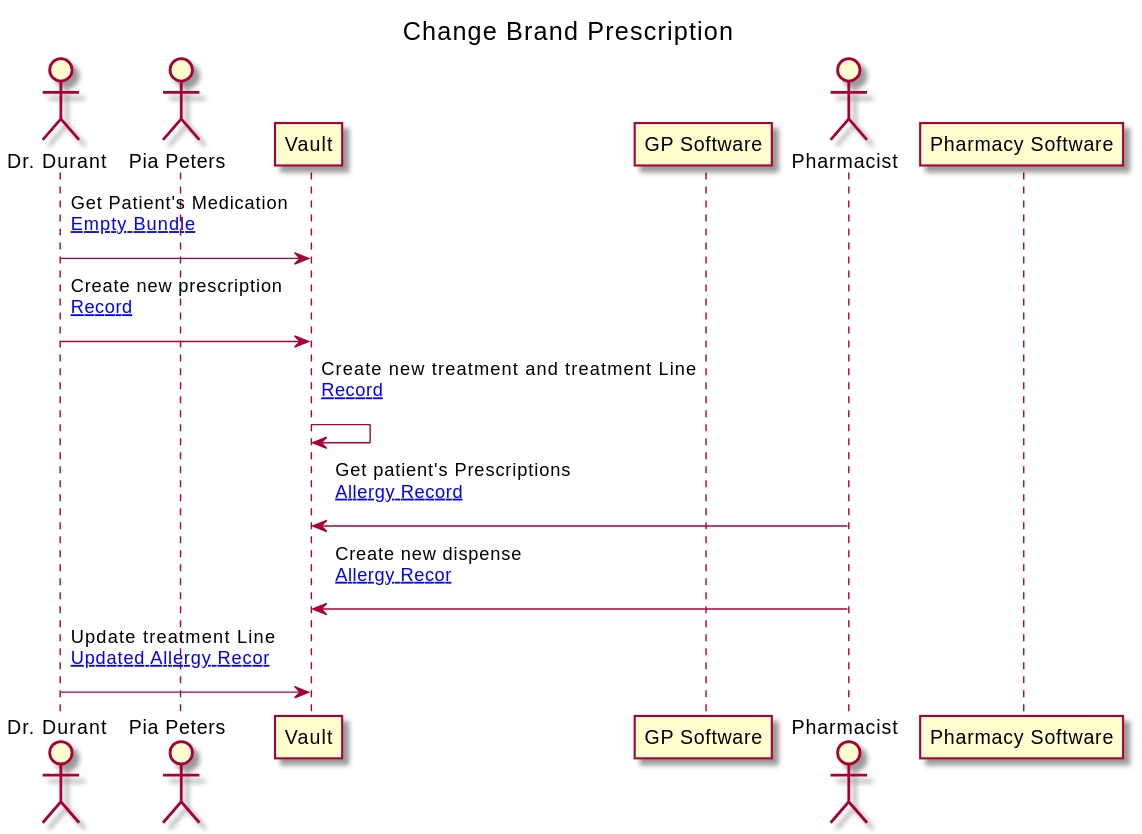
Earlier version of the PlantUML export branches/master/ExampleScenario-example-1-scenario.svg (costateixeira/hl7-be-fhir-medication).
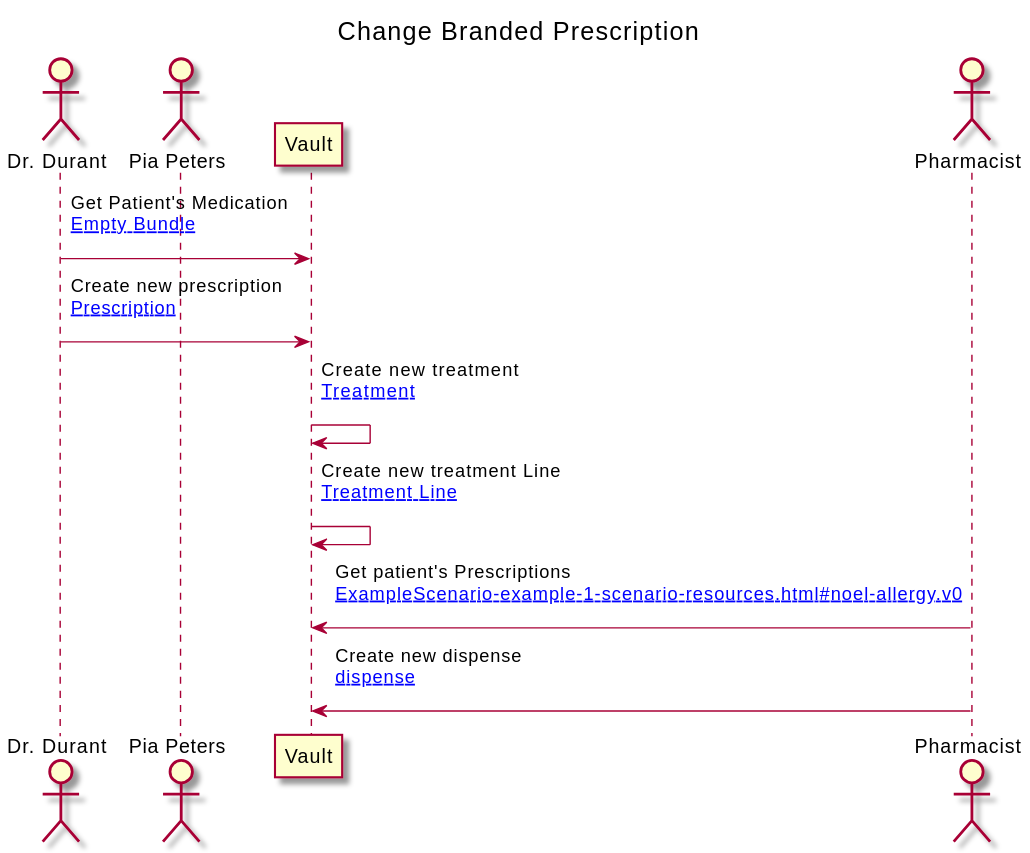
Later version of the same file.

Change to the diagram source:
```diff
@@ -1,25 +1,23 @@
 @startuml
 
 
-Title Change Brand Prescription
+Title Change Branded Prescription
 
 actor "Dr. Durant" as GP
 actor "Pia Peters" as PATIENT
 participant "Vault" as VAULT
-participant "GP Software" as GPSOFT
 actor "Pharmacist" as PHARM
-participant "Pharmacy Software" as PHARMSOFT
 
 
 
 
 
     GP-> VAULT : Get Patient's Medication\n[[ExampleScenario-example-1-scenario-resources.html#EB Empty Bundle]]\n
-    GP-> VAULT : Create new prescription\n[[ExampleScenario-example-1-scenario-resources.html#Allergy Record]]\n
-    VAULT-> VAULT : Create new treatment and treatment Line\n[[ExampleScenario-example-1-scenario-resources.html#Allergy Record]]\n
-    PHARM-> VAULT : Get patient's Prescriptions\n[[ExampleScenario-example-1-scenario-resources.html#noel-allergy.v0 Allergy Record]]\n
-    PHARM-> VAULT : Create new dispense\n[[ExampleScenario-example-1-scenario-resources.html#Updated Allergy Recor]]\n
-    GP-> VAULT : Update treatment Line\n[[ExampleScenario-example-1-scenario-resources.html#noel-allergy.v1 Updated Allergy Recor]]\n
+    GP-> VAULT : Create new prescription\n[[ExampleScenario-example-1-scenario-resources.html#New Prescription]]\n
+    VAULT-> VAULT : Create new treatment\n[[ExampleScenario-example-1-scenario-resources.html#New Treatment]]\n
+    VAULT-> VAULT : Create new treatment Line\n[[ExampleScenario-example-1-scenario-resources.html#New Treatment Line]]\n
+    PHARM-> VAULT : Get patient's Prescriptions\n[[ExampleScenario-example-1-scenario-resources.html#noel-allergy.v0 ]]\n
+    PHARM-> VAULT : Create new dispense\n[[ExampleScenario-example-1-scenario-resources.html#New dispense]]\n
 
 
 @enduml
```
